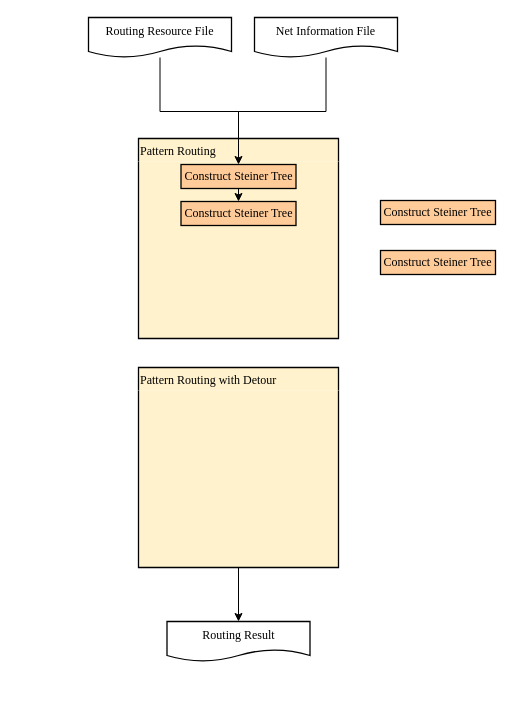
Before: page "Flowchart" (1 of 3) of framework.drawio in Alanhsiu/NTUGR, a draw.io diagram. Source tidied: cells renumbered, new cells numbered last; positions are measured from the earlier drawing's top-left corner, leaving out a move shared by most shapes. Both pictures are drawn from the tidied source at 100%, with x=0, y=0 at pixel (88, 17).
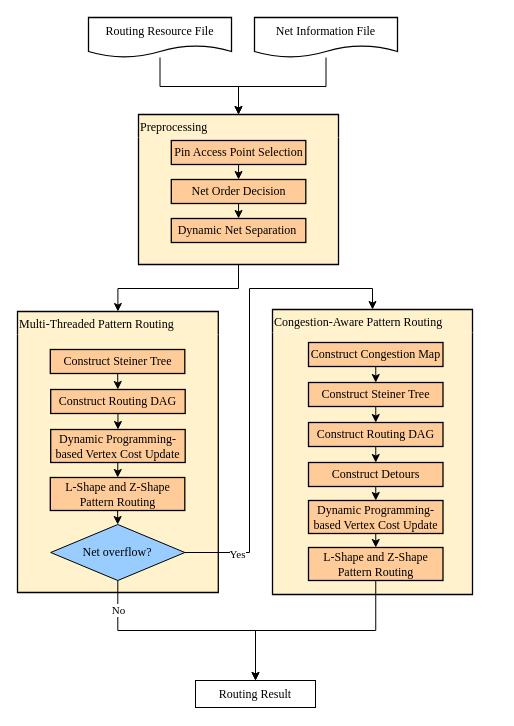
Above is the later version.

Unchanged cells that the change refers to:
```xml
<mxCell id="3" value="Routing Resource File" style="shape=document;whiteSpace=wrap;html=1;boundedLbl=1;fontFamily=Times New Roman;fontSize=12;strokeWidth=1.3;strokeColor=#000000;" parent="1" vertex="1">
  <mxGeometry width="143" height="40" as="geometry" />
</mxCell>
<mxCell id="9" value="Net Information File" style="shape=document;whiteSpace=wrap;html=1;boundedLbl=1;fontFamily=Times New Roman;fontSize=12;strokeWidth=1.3;strokeColor=#000000;" parent="1" vertex="1">
  <mxGeometry x="166" width="143" height="40" as="geometry" />
</mxCell>
```

What changed in the source:
```diff
@@
-    <mxCell id="2" style="edgeStyle=elbowEdgeStyle;rounded=0;jettySize=auto;elbow=vertical;html=1;entryX=0.5;entryY=0;entryDx=0;entryDy=0;" parent="1" edge="1" source="3" target="6">
-      <mxGeometry relative="1" as="geometry" />
-    </mxCell>
+    <mxCell id="15" style="edgeStyle=elbowEdgeStyle;rounded=0;jettySize=auto;elbow=vertical;html=1;" parent="1" edge="1" source="3" target="38">
+      <mxGeometry relative="1" as="geometry" />
+    </mxCell>
@@
-    <mxCell id="4" value="Pattern Routing" style="swimlane;fillColor=#FFF2CC;strokeColor=#000000;fontFamily=Times New Roman;fontSize=12;strokeWidth=1.3;swimlaneFillColor=#FFF2CC;fontStyle=0;align=left;swimlaneLine=0;" parent="1" vertex="1">
-      <mxGeometry x="50" y="121" width="200" height="200" as="geometry" />
+    <mxCell id="4" value="Multi-Threaded Pattern Routing" style="swimlane;fillColor=#FFF2CC;strokeColor=#000000;fontFamily=Times New Roman;fontSize=12;strokeWidth=1.3;swimlaneFillColor=#FFF2CC;fontStyle=0;align=left;swimlaneLine=0;" parent="1" vertex="1">
+      <mxGeometry x="-71" y="294" width="200.8" height="281" as="geometry" />
     </mxCell>
-    <mxCell id="5" style="edgeStyle=none;html=1;exitX=0.5;exitY=1;exitDx=0;exitDy=0;entryX=0.5;entryY=0;entryDx=0;entryDy=0;" parent="4" edge="1" source="6" target="7">
-      <mxGeometry relative="1" as="geometry" />
-    </mxCell>
-    <mxCell id="6" value="Construct Steiner Tree" style="rounded=0;whiteSpace=wrap;html=1;fontFamily=Times New Roman;fillColor=#FFCC99;strokeColor=#000000;strokeWidth=1.3;" parent="4" vertex="1">
-      <mxGeometry x="42.5" y="26" width="115" height="24" as="geometry" />
-    </mxCell>
-    <mxCell id="7" value="Construct Steiner Tree" style="rounded=0;whiteSpace=wrap;html=1;fontFamily=Times New Roman;fillColor=#FFCC99;strokeColor=#000000;strokeWidth=1.3;" parent="4" vertex="1">
-      <mxGeometry x="42.5" y="63" width="115" height="24" as="geometry" />
-    </mxCell>
-    <mxCell id="8" style="edgeStyle=elbowEdgeStyle;rounded=0;jettySize=auto;elbow=vertical;html=1;entryX=0.5;entryY=0;entryDx=0;entryDy=0;" parent="1" edge="1" source="9" target="6">
-      <mxGeometry relative="1" as="geometry" />
-    </mxCell>
+    <mxCell id="16" style="edgeStyle=none;html=1;" parent="4" edge="1" source="17" target="19">
+      <mxGeometry relative="1" as="geometry" />
+    </mxCell>
+    <mxCell id="17" value="Construct Steiner Tree" style="rounded=0;whiteSpace=wrap;html=1;fontFamily=Times New Roman;fillColor=#FFCC99;strokeColor=#000000;strokeWidth=1.3;" parent="4" vertex="1">
+      <mxGeometry x="32.8" y="38" width="134.5" height="24" as="geometry" />
+    </mxCell>
+    <mxCell id="18" style="edgeStyle=none;html=1;" parent="4" edge="1" source="19" target="23">
+      <mxGeometry relative="1" as="geometry" />
+    </mxCell>
+    <mxCell id="19" value="Construct Routing DAG" style="rounded=0;whiteSpace=wrap;html=1;fontFamily=Times New Roman;fillColor=#FFCC99;strokeColor=#000000;strokeWidth=1.3;" parent="4" vertex="1">
+      <mxGeometry x="33.2" y="78" width="134.5" height="24" as="geometry" />
+    </mxCell>
+    <mxCell id="20" style="edgeStyle=none;html=1;" parent="4" edge="1" source="21" target="24">
+      <mxGeometry relative="1" as="geometry" />
+    </mxCell>
+    <mxCell id="21" value="L-Shape and Z-Shape Pattern Routing" style="rounded=0;whiteSpace=wrap;html=1;fontFamily=Times New Roman;fillColor=#FFCC99;strokeColor=#000000;strokeWidth=1.3;" parent="4" vertex="1">
+      <mxGeometry x="32.8" y="166" width="134.5" height="33" as="geometry" />
+    </mxCell>
+    <mxCell id="22" style="edgeStyle=none;html=1;" parent="4" edge="1" source="23" target="21">
+      <mxGeometry relative="1" as="geometry" />
+    </mxCell>
+    <mxCell id="23" value="Dynamic Programming-based Vertex Cost Update" style="rounded=0;whiteSpace=wrap;html=1;fontFamily=Times New Roman;fillColor=#FFCC99;strokeColor=#000000;strokeWidth=1.3;" parent="4" vertex="1">
+      <mxGeometry x="33.2" y="118" width="134.5" height="33" as="geometry" />
+    </mxCell>
+    <mxCell id="24" value="Net overflow?" style="rhombus;whiteSpace=wrap;html=1;fillColor=#99CCFF;fontFamily=Times New Roman;" parent="4" vertex="1">
+      <mxGeometry x="33.2" y="213" width="134.2" height="56" as="geometry" />
+    </mxCell>
+    <mxCell id="25" style="edgeStyle=elbowEdgeStyle;rounded=0;jettySize=auto;elbow=vertical;html=1;" parent="1" edge="1" source="9" target="38">
+      <mxGeometry relative="1" as="geometry" />
+    </mxCell>
@@
-    <mxCell id="10" style="edgeStyle=none;html=1;entryX=0.5;entryY=0;entryDx=0;entryDy=0;" parent="1" edge="1" source="11" target="12">
-      <mxGeometry relative="1" as="geometry" />
-    </mxCell>
-    <mxCell id="11" value="Pattern Routing with Detour" style="swimlane;fillColor=#FFF2CC;strokeColor=#000000;fontFamily=Times New Roman;fontSize=12;strokeWidth=1.3;swimlaneFillColor=#FFF2CC;fontStyle=0;align=left;swimlaneLine=0;" parent="1" vertex="1">
-      <mxGeometry x="50" y="350" width="200" height="200" as="geometry" />
+    <mxCell id="11" value="Congestion-Aware Pattern Routing" style="swimlane;fillColor=#FFF2CC;strokeColor=#000000;fontFamily=Times New Roman;fontSize=12;strokeWidth=1.3;swimlaneFillColor=#FFF2CC;fontStyle=0;align=left;swimlaneLine=0;" parent="1" vertex="1">
+      <mxGeometry x="184" y="292" width="200" height="285" as="geometry" />
     </mxCell>
+    <mxCell id="26" value="Construct Detours" style="rounded=0;whiteSpace=wrap;html=1;fontFamily=Times New Roman;fillColor=#FFCC99;strokeColor=#000000;strokeWidth=1.3;" parent="11" vertex="1">
+      <mxGeometry x="36" y="153" width="134.5" height="24" as="geometry" />
+    </mxCell>
+    <mxCell id="27" style="edgeStyle=elbowEdgeStyle;elbow=vertical;html=1;" parent="11" edge="1" source="28" target="34">
+      <mxGeometry relative="1" as="geometry" />
+    </mxCell>
+    <mxCell id="28" value="Construct Congestion Map" style="rounded=0;whiteSpace=wrap;html=1;fontFamily=Times New Roman;fillColor=#FFCC99;strokeColor=#000000;strokeWidth=1.3;" parent="11" vertex="1">
+      <mxGeometry x="36" y="33" width="134.5" height="24" as="geometry" />
+    </mxCell>
+    <mxCell id="29" value="Dynamic Programming-based Vertex Cost Update" style="rounded=0;whiteSpace=wrap;html=1;fontFamily=Times New Roman;fillColor=#FFCC99;strokeColor=#000000;strokeWidth=1.3;" parent="11" vertex="1">
+      <mxGeometry x="36" y="191" width="134.5" height="33" as="geometry" />
+    </mxCell>
+    <mxCell id="30" style="edgeStyle=none;html=1;exitX=0.5;exitY=1;exitDx=0;exitDy=0;" parent="11" edge="1" source="26" target="29">
+      <mxGeometry relative="1" as="geometry" />
+    </mxCell>
+    <mxCell id="31" value="L-Shape and Z-Shape Pattern Routing" style="rounded=0;whiteSpace=wrap;html=1;fontFamily=Times New Roman;fillColor=#FFCC99;strokeColor=#000000;strokeWidth=1.3;" parent="11" vertex="1">
+      <mxGeometry x="36" y="238" width="134.5" height="33" as="geometry" />
+    </mxCell>
+    <mxCell id="32" style="edgeStyle=none;html=1;entryX=0.5;entryY=0;entryDx=0;entryDy=0;" parent="11" edge="1" source="29" target="31">
+      <mxGeometry relative="1" as="geometry" />
+    </mxCell>
+    <mxCell id="33" style="edgeStyle=elbowEdgeStyle;elbow=vertical;html=1;" parent="11" edge="1" source="34" target="36">
+      <mxGeometry relative="1" as="geometry" />
+    </mxCell>
+    <mxCell id="34" value="Construct Steiner Tree" style="rounded=0;whiteSpace=wrap;html=1;fontFamily=Times New Roman;fillColor=#FFCC99;strokeColor=#000000;strokeWidth=1.3;" parent="11" vertex="1">
+      <mxGeometry x="36" y="73" width="134.5" height="24" as="geometry" />
+    </mxCell>
+    <mxCell id="35" style="edgeStyle=elbowEdgeStyle;elbow=vertical;html=1;entryX=0.5;entryY=0;entryDx=0;entryDy=0;" parent="11" edge="1" source="36" target="26">
+      <mxGeometry relative="1" as="geometry" />
+    </mxCell>
+    <mxCell id="36" value="Construct Routing DAG" style="rounded=0;whiteSpace=wrap;html=1;fontFamily=Times New Roman;fillColor=#FFCC99;strokeColor=#000000;strokeWidth=1.3;" parent="11" vertex="1">
+      <mxGeometry x="36" y="113" width="134.5" height="24" as="geometry" />
+    </mxCell>
+    <mxCell id="37" style="edgeStyle=elbowEdgeStyle;html=1;entryX=0.5;entryY=0;entryDx=0;entryDy=0;elbow=vertical;rounded=0;" parent="1" edge="1" source="38" target="4">
+      <mxGeometry relative="1" as="geometry" />
+    </mxCell>
+    <mxCell id="38" value="Preprocessing" style="swimlane;fillColor=#FFF2CC;strokeColor=#000000;fontFamily=Times New Roman;fontSize=12;strokeWidth=1.3;swimlaneFillColor=#FFF2CC;fontStyle=0;align=left;swimlaneLine=0;startSize=23;" parent="1" vertex="1">
+      <mxGeometry x="50" y="97" width="200" height="150" as="geometry" />
+    </mxCell>
+    <mxCell id="39" style="edgeStyle=none;html=1;entryX=0.5;entryY=0;entryDx=0;entryDy=0;" parent="38" edge="1" source="40" target="41">
+      <mxGeometry relative="1" as="geometry" />
+    </mxCell>
+    <mxCell id="40" value="Pin Access Point Selection" style="rounded=0;whiteSpace=wrap;html=1;fontFamily=Times New Roman;fillColor=#FFCC99;strokeColor=#000000;strokeWidth=1.3;" parent="38" vertex="1">
+      <mxGeometry x="32.8" y="26" width="134.5" height="24" as="geometry" />
+    </mxCell>
+    <mxCell id="41" value="Net Order Decision" style="rounded=0;whiteSpace=wrap;html=1;fontFamily=Times New Roman;fillColor=#FFCC99;strokeColor=#000000;strokeWidth=1.3;" parent="38" vertex="1">
+      <mxGeometry x="32.8" y="65" width="134.5" height="24" as="geometry" />
+    </mxCell>
+    <mxCell id="42" value="Dynamic Net Separation&amp;nbsp;" style="rounded=0;whiteSpace=wrap;html=1;fontFamily=Times New Roman;fillColor=#FFCC99;strokeColor=#000000;strokeWidth=1.3;" parent="38" vertex="1">
+      <mxGeometry x="32.8" y="104" width="134.5" height="24" as="geometry" />
+    </mxCell>
+    <mxCell id="43" style="edgeStyle=none;html=1;" parent="38" edge="1" source="41" target="42">
+      <mxGeometry relative="1" as="geometry" />
+    </mxCell>
+    <mxCell id="44" style="edgeStyle=orthogonalEdgeStyle;html=1;rounded=0;entryX=0.5;entryY=0;entryDx=0;entryDy=0;" parent="1" edge="1" source="24" target="11">
+      <mxGeometry relative="1" as="geometry">
+        <Array as="points">
+          <mxPoint x="161" y="535" />
+          <mxPoint x="161" y="271" />
+          <mxPoint x="284" y="271" />
+        </Array>
+      </mxGeometry>
+    </mxCell>
+    <mxCell id="45" value="Yes" style="edgeLabel;html=1;align=center;verticalAlign=middle;fontFamily=Times New Roman;" parent="44" vertex="1">
+      <mxGeometry x="-0.8" y="-1" relative="1" as="geometry">
+        <mxPoint x="5" as="offset" />
+      </mxGeometry>
+    </mxCell>
+    <mxCell id="46" style="edgeStyle=elbowEdgeStyle;rounded=0;jettySize=auto;elbow=vertical;html=1;entryX=0.5;entryY=0;entryDx=0;entryDy=0;" parent="1" edge="1" source="24" target="12">
+      <mxGeometry relative="1" as="geometry" />
+    </mxCell>
+    <mxCell id="47" value="No" style="edgeLabel;html=1;align=center;verticalAlign=middle;fontFamily=Times New Roman;" parent="46" vertex="1">
+      <mxGeometry x="0.12" y="3" relative="1" as="geometry">
+        <mxPoint x="-83" y="-18" as="offset" />
+      </mxGeometry>
+    </mxCell>
+    <mxCell id="48" style="edgeStyle=elbowEdgeStyle;rounded=0;jettySize=auto;elbow=vertical;html=1;entryX=0.5;entryY=0;entryDx=0;entryDy=0;" parent="1" edge="1" source="31" target="12">
+      <mxGeometry relative="1" as="geometry" />
+    </mxCell>
-    <mxCell id="12" value="Routing Result" style="shape=document;whiteSpace=wrap;html=1;boundedLbl=1;fontFamily=Times New Roman;fontSize=12;strokeWidth=1.3;strokeColor=#000000;" parent="1" vertex="1">
-      <mxGeometry x="78.5" y="604" width="143" height="40" as="geometry" />
+    <mxCell id="12" value="Routing Result" style="whiteSpace=wrap;html=1;fontFamily=Times New Roman;" parent="1" vertex="1">
+      <mxGeometry x="107" y="663" width="120" height="27" as="geometry" />
     </mxCell>
-    <mxCell id="13" value="Construct Steiner Tree" style="rounded=0;whiteSpace=wrap;html=1;fontFamily=Times New Roman;fillColor=#FFCC99;strokeColor=#000000;strokeWidth=1.3;" parent="1" vertex="1">
-      <mxGeometry x="292" y="183" width="115" height="24" as="geometry" />
-    </mxCell>
-    <mxCell id="14" value="Construct Steiner Tree" style="rounded=0;whiteSpace=wrap;html=1;fontFamily=Times New Roman;fillColor=#FFCC99;strokeColor=#000000;strokeWidth=1.3;" parent="1" vertex="1">
-      <mxGeometry x="292" y="233" width="115" height="24" as="geometry" />
-    </mxCell>
```
